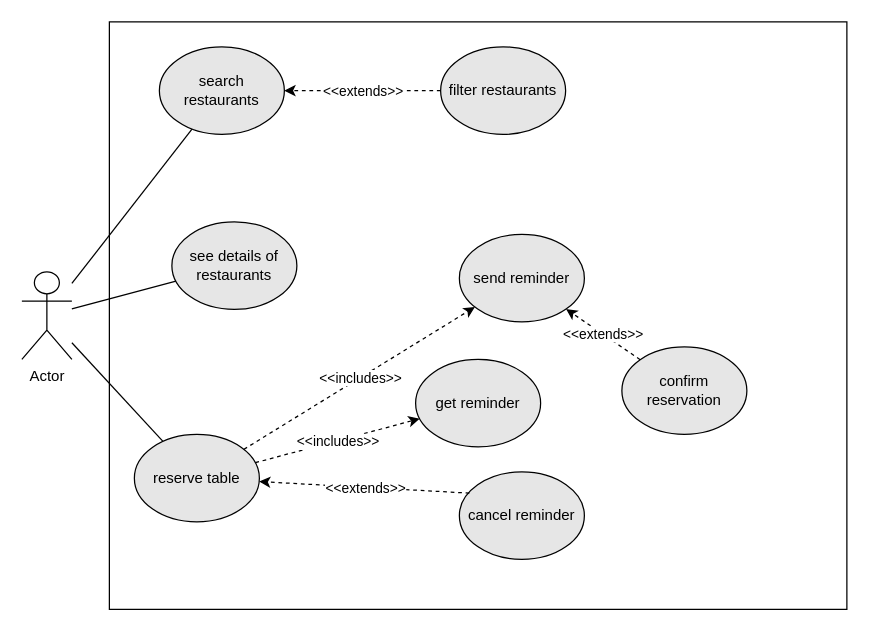
The draw.io diagram functionalModel.drawio in Eistbaren/models, before the edit. Source tidied: cells renumbered, new cells numbered last; positions are measured from the earlier drawing's top-left corner, leaving out a move shared by most shapes. Both pictures are drawn from the tidied source at 125%, with x=0, y=0 at pixel (21, 21).
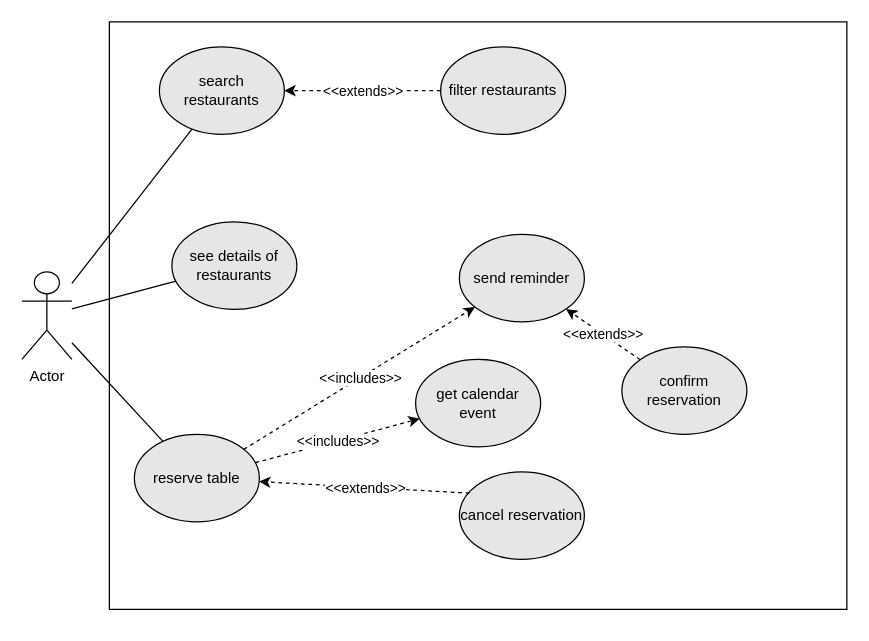
Above is the later version.

The edit, as a diff of the source:
```diff
@@
-    <mxCell id="9" value="cancel reminder" style="ellipse;whiteSpace=wrap;html=1;fillColor=#E6E6E6;" parent="1" vertex="1">
+    <mxCell id="9" value="cancel reservation" style="ellipse;whiteSpace=wrap;html=1;fillColor=#E6E6E6;" parent="1" vertex="1">
       <mxGeometry x="350" y="360" width="100" height="70" as="geometry" />
     </mxCell>
@@
-    <mxCell id="12" value="get reminder" style="ellipse;whiteSpace=wrap;html=1;fillColor=#E6E6E6;" parent="1" vertex="1">
+    <mxCell id="12" value="get calendar event" style="ellipse;whiteSpace=wrap;html=1;fillColor=#E6E6E6;" parent="1" vertex="1">
       <mxGeometry x="315" y="270" width="100" height="70" as="geometry" />
     </mxCell>
```
